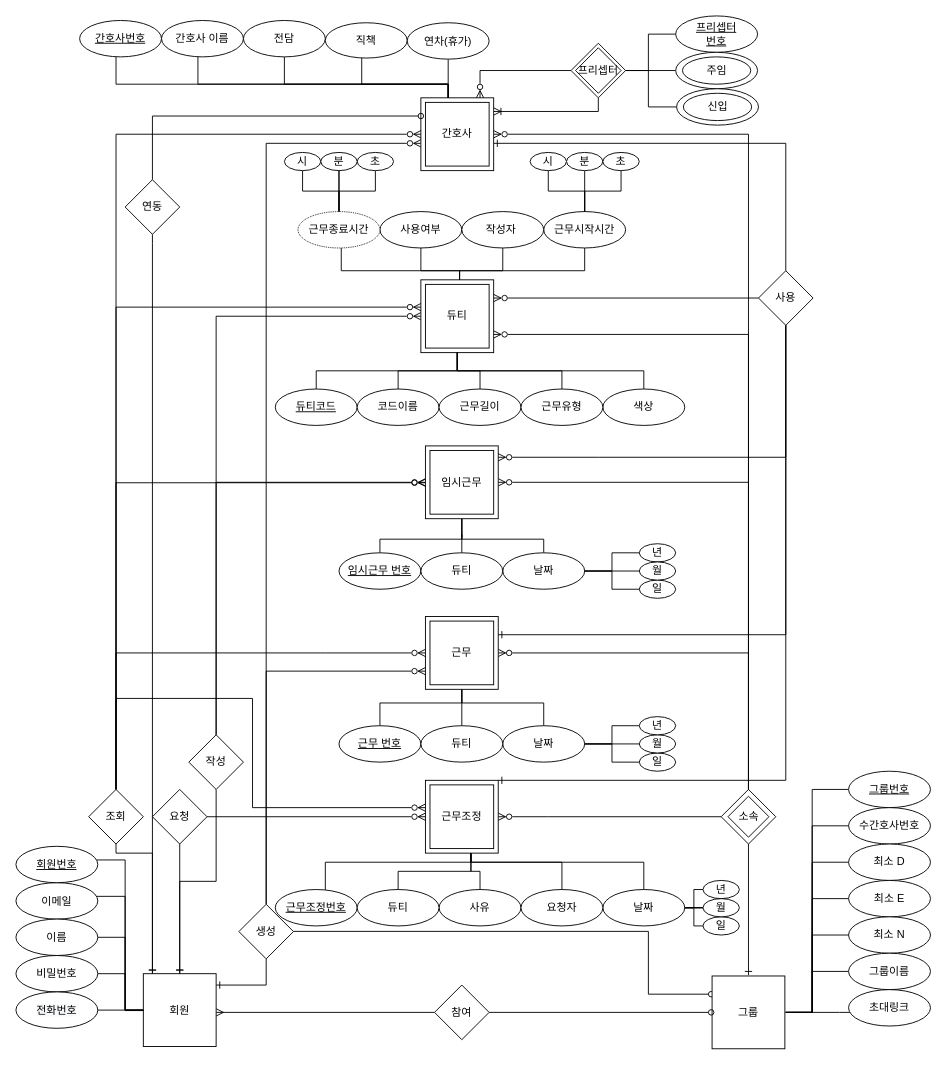
Above: Untitled Diagram.drawio in pyoyeongun/webdanseom (draw.io), before the change. Source tidied: cells renumbered, new cells numbered last; positions are measured from the earlier drawing's top-left corner, leaving out a move shared by most shapes. Both pictures are drawn from the tidied source at 91%, with x=0, y=0 at pixel (15, 15).
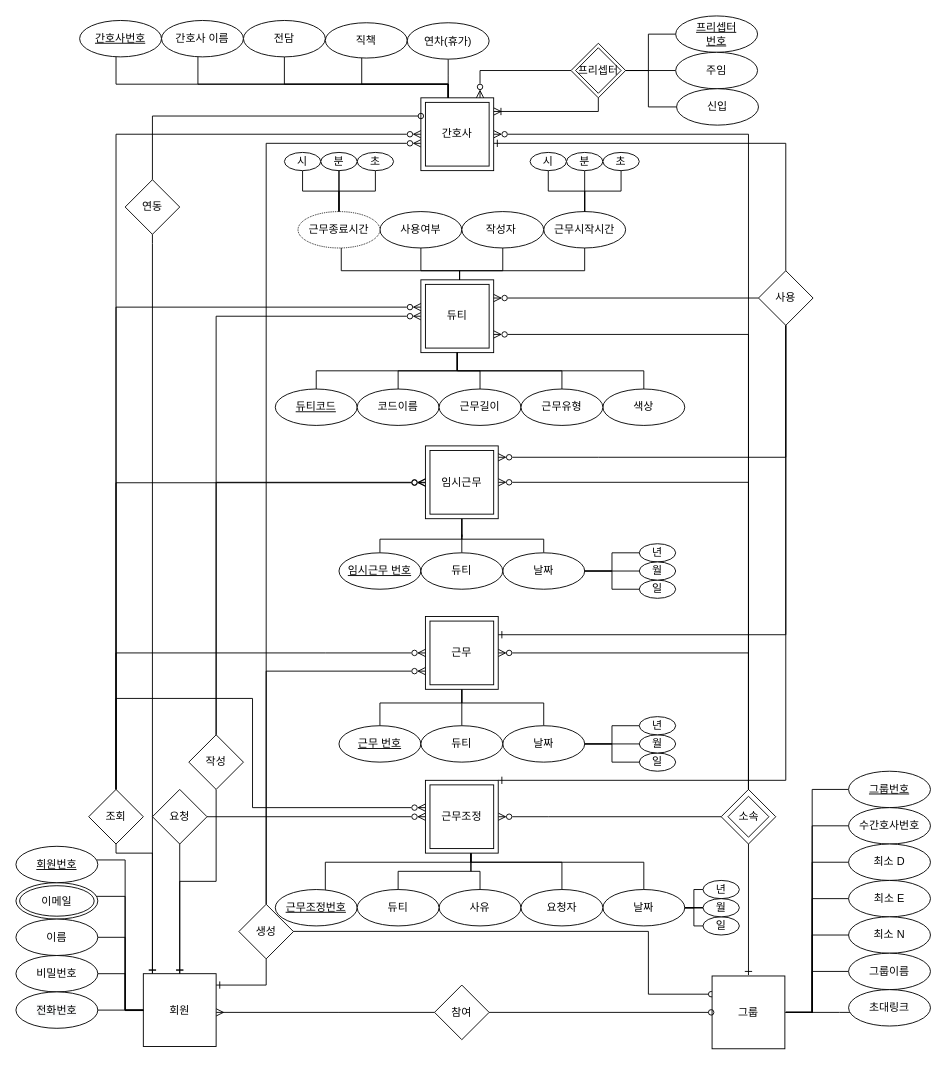
The same diagram, later.

Change to the diagram source:
```diff
@@
-    <mxCell id="52" value="이메일" style="ellipse;whiteSpace=wrap;html=1;" parent="1" vertex="1">
+    <mxCell id="52" style="ellipse;whiteSpace=wrap;html=1;" parent="1" vertex="1">
       <mxGeometry y="952.5" width="90" height="40" as="geometry" />
     </mxCell>
@@
-    <mxCell id="141" style="ellipse;whiteSpace=wrap;html=1;fontStyle=0;" parent="1" vertex="1">
+    <mxCell id="141" value="&#10;&#10;&lt;span style=&quot;color: rgb(0, 0, 0); font-family: helvetica; font-size: 12px; font-style: normal; font-weight: 400; letter-spacing: normal; text-align: center; text-indent: 0px; text-transform: none; word-spacing: 0px; background-color: rgb(255, 255, 255); display: inline; float: none;&quot;&gt;주임&lt;/span&gt;&#10;&#10;" style="ellipse;whiteSpace=wrap;html=1;fontStyle=0;" parent="1" vertex="1">
       <mxGeometry x="725" y="40" width="90" height="40" as="geometry" />
     </mxCell>
-    <mxCell id="142" style="ellipse;whiteSpace=wrap;html=1;fontStyle=0;" parent="1" vertex="1">
+    <mxCell id="142" value="&#10;&#10;&lt;span style=&quot;color: rgb(0, 0, 0); font-family: helvetica; font-size: 12px; font-style: normal; font-weight: 400; letter-spacing: normal; text-align: center; text-indent: 0px; text-transform: none; word-spacing: 0px; background-color: rgb(255, 255, 255); display: inline; float: none;&quot;&gt;신입&lt;/span&gt;&#10;&#10;" style="ellipse;whiteSpace=wrap;html=1;fontStyle=0;" parent="1" vertex="1">
       <mxGeometry x="726" y="80" width="90" height="40" as="geometry" />
     </mxCell>
@@
-    <mxCell id="168" value="&lt;span&gt;신입&lt;/span&gt;" style="ellipse;whiteSpace=wrap;html=1;fontStyle=0;" parent="1" vertex="1">
-      <mxGeometry x="733.5" y="85" width="75" height="30" as="geometry" />
-    </mxCell>
-    <mxCell id="169" value="&lt;span&gt;주임&lt;/span&gt;" style="ellipse;whiteSpace=wrap;html=1;fontStyle=0;" parent="1" vertex="1">
-      <mxGeometry x="732.5" y="45" width="75" height="30" as="geometry" />
-    </mxCell>
+    <mxCell id="170" value="이메일" style="ellipse;whiteSpace=wrap;html=1;" parent="1" vertex="1">
+      <mxGeometry x="4" y="955.8" width="82" height="33.5" as="geometry" />
+    </mxCell>
```
